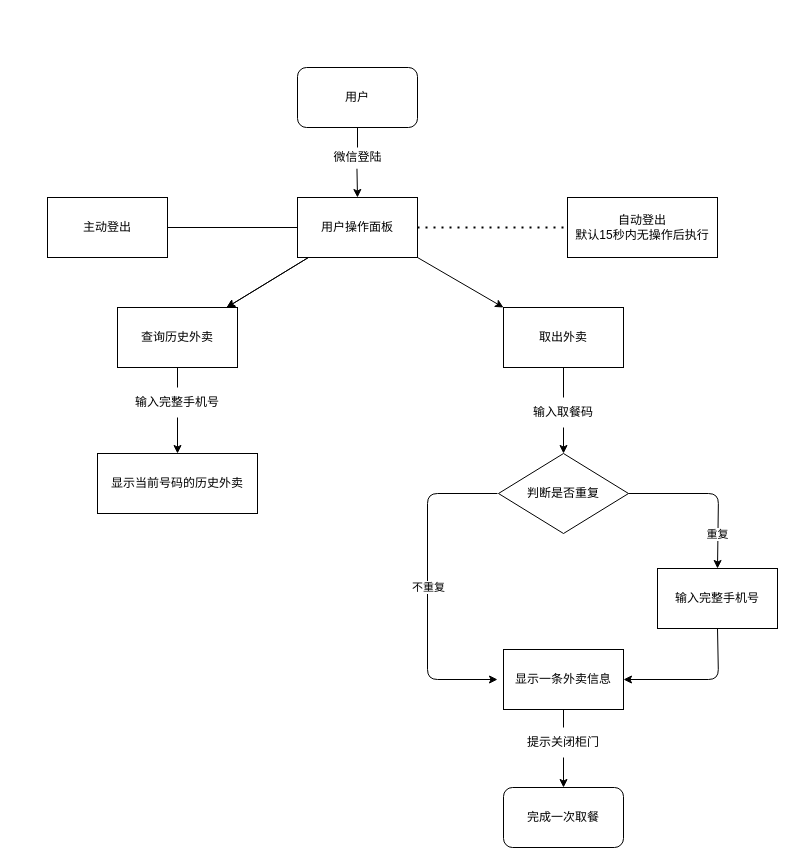
Patrick-Star-CN/takeout_bin keeps this draw.io diagram as flowChart/user.drawio. Above is the earlier version. Source tidied: cells renumbered, new cells numbered last; positions are measured from the earlier drawing's top-left corner, leaving out a move shared by most shapes. Both pictures are drawn from the tidied source at 100%, with x=0, y=0 at pixel (47, 67).
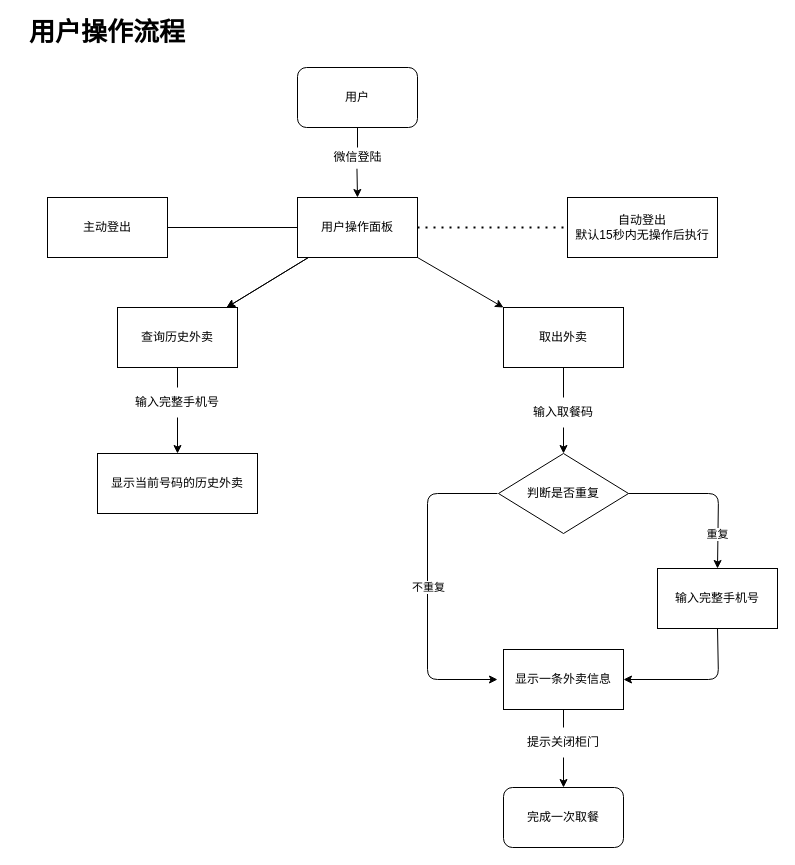
The same diagram, later.

The edit, as a diff of the source:
```diff
@@
+    <mxCell id="35" value="用户操作流程" style="text;html=1;strokeColor=none;fillColor=none;align=center;verticalAlign=middle;whiteSpace=wrap;rounded=0;fontStyle=1;fontSize=26;" parent="1" vertex="1">
+      <mxGeometry x="-30" y="-50" width="180" height="30" as="geometry" />
+    </mxCell>
```
